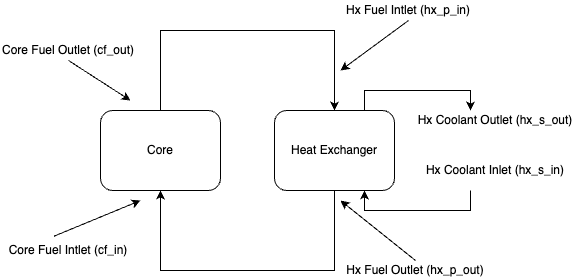
Earlier version of the draw.io export toyModel.drawio.png (LukeLabrie/msrDynamics). Source tidied: cells renumbered, new cells last; positions are measured from the earlier drawing's top-left corner, leaving out a move shared by most shapes. Source of this version:
```xml
<mxGraphModel>
  <root>
    <mxCell id="0" />
    <mxCell id="1" parent="0" />
    <mxCell id="2" value="Core" style="rounded=1;whiteSpace=wrap;html=1;fontSize=12;glass=0;strokeWidth=1;shadow=0;" parent="1" vertex="1">
      <mxGeometry x="100" y="110" width="120" height="80" as="geometry" />
    </mxCell>
    <mxCell id="3" style="endArrow=classic;html=1;rounded=0;exitX=0.5;exitY=0;exitDx=0;exitDy=0;entryX=0.5;entryY=0;entryDx=0;entryDy=0;" parent="1" edge="1" source="2" target="6">
      <mxGeometry relative="1" as="geometry">
        <Array as="points">
          <mxPoint x="160" y="30" />
          <mxPoint x="334" y="30" />
        </Array>
      </mxGeometry>
    </mxCell>
    <object id="4" label="Core Fuel Outlet (cf_out)" name="Variable" placeholders="1">
      <mxCell style="text;html=1;strokeColor=none;fillColor=none;align=center;verticalAlign=middle;whiteSpace=wrap;overflow=hidden;" parent="1" vertex="1">
        <mxGeometry y="40" width="136" height="20" as="geometry" />
      </mxCell>
    </object>
    <mxCell id="5" style="edgeStyle=orthogonalEdgeStyle;rounded=0;jettySize=auto;html=1;exitX=0.75;exitY=0;exitDx=0;exitDy=0;" parent="1" edge="1" source="6">
      <mxGeometry relative="1" as="geometry">
        <mxPoint x="470" y="110" as="targetPoint" />
        <Array as="points">
          <mxPoint x="364" y="90" />
        </Array>
      </mxGeometry>
    </mxCell>
    <mxCell id="6" value="Heat Exchanger" style="rounded=1;whiteSpace=wrap;html=1;fontSize=12;glass=0;strokeWidth=1;shadow=0;" parent="1" vertex="1">
      <mxGeometry x="274" y="110" width="120" height="80" as="geometry" />
    </mxCell>
    <mxCell id="7" style="endArrow=classic;html=1;rounded=0;exitX=0.5;exitY=1;exitDx=0;exitDy=0;" parent="1" edge="1" source="4">
      <mxGeometry relative="1" as="geometry">
        <mxPoint x="130" y="100" as="targetPoint" />
      </mxGeometry>
    </mxCell>
    <object id="8" label="Hx Fuel Intlet (hx_p_in)" name="Variable" placeholders="1">
      <mxCell style="text;html=1;strokeColor=none;fillColor=none;align=center;verticalAlign=middle;whiteSpace=wrap;overflow=hidden;" parent="1" vertex="1">
        <mxGeometry x="340" width="136" height="20" as="geometry" />
      </mxCell>
    </object>
    <mxCell id="9" style="endArrow=classic;html=1;rounded=0;exitX=0.5;exitY=1;exitDx=0;exitDy=0;" parent="1" edge="1" source="8">
      <mxGeometry relative="1" as="geometry">
        <mxPoint x="340" y="70" as="targetPoint" />
      </mxGeometry>
    </mxCell>
    <mxCell id="10" style="endArrow=classic;html=1;rounded=0;exitX=0.5;exitY=1;exitDx=0;exitDy=0;entryX=0.5;entryY=1;entryDx=0;entryDy=0;" parent="1" edge="1" source="6" target="2">
      <mxGeometry relative="1" as="geometry">
        <Array as="points">
          <mxPoint x="334" y="270" />
          <mxPoint x="250" y="270" />
          <mxPoint x="160" y="270" />
        </Array>
      </mxGeometry>
    </mxCell>
    <object id="11" label="Core Fuel Intlet (cf_in)" name="Variable" placeholders="1">
      <mxCell style="text;html=1;strokeColor=none;fillColor=none;align=center;verticalAlign=middle;whiteSpace=wrap;overflow=hidden;" parent="1" vertex="1">
        <mxGeometry y="240" width="136" height="20" as="geometry" />
      </mxCell>
    </object>
    <mxCell id="12" style="endArrow=classic;html=1;rounded=0;exitX=0.393;exitY=-0.214;exitDx=0;exitDy=0;exitPerimeter=0;" parent="1" edge="1" source="11">
      <mxGeometry relative="1" as="geometry">
        <mxPoint x="140" y="200" as="targetPoint" />
      </mxGeometry>
    </mxCell>
    <mxCell id="13" style="endArrow=classic;html=1;rounded=0;exitX=0.5;exitY=0;exitDx=0;exitDy=0;" parent="1" edge="1" source="14">
      <mxGeometry relative="1" as="geometry">
        <mxPoint x="340" y="200" as="targetPoint" />
      </mxGeometry>
    </mxCell>
    <object id="14" label="Hx Fuel Outlet (hx_p_out)" name="Variable" placeholders="1">
      <mxCell style="text;html=1;strokeColor=none;fillColor=none;align=center;verticalAlign=middle;whiteSpace=wrap;overflow=hidden;" parent="1" vertex="1">
        <mxGeometry x="340" y="260" width="150" height="20" as="geometry" />
      </mxCell>
    </object>
    <mxCell id="15" style="endArrow=classic;html=1;rounded=0;entryX=0.75;entryY=1;entryDx=0;entryDy=0;" parent="1" edge="1" target="6">
      <mxGeometry relative="1" as="geometry">
        <mxPoint x="470" y="190" as="sourcePoint" />
        <Array as="points">
          <mxPoint x="470" y="210" />
          <mxPoint x="364" y="210" />
        </Array>
      </mxGeometry>
    </mxCell>
    <object id="16" label="Hx Coolant Outlet (hx_s_out)" name="Variable" placeholders="1">
      <mxCell style="text;html=1;strokeColor=none;fillColor=none;align=center;verticalAlign=middle;whiteSpace=wrap;overflow=hidden;" parent="1" vertex="1">
        <mxGeometry x="410" y="110" width="170" height="20" as="geometry" />
      </mxCell>
    </object>
    <object id="17" label="Hx Coolant Inlet (hx_s_in)" name="Variable" placeholders="1">
      <mxCell style="text;html=1;strokeColor=none;fillColor=none;align=center;verticalAlign=middle;whiteSpace=wrap;overflow=hidden;" parent="1" vertex="1">
        <mxGeometry x="410" y="160" width="170" height="20" as="geometry" />
      </mxCell>
    </object>
  </root>
</mxGraphModel>
```
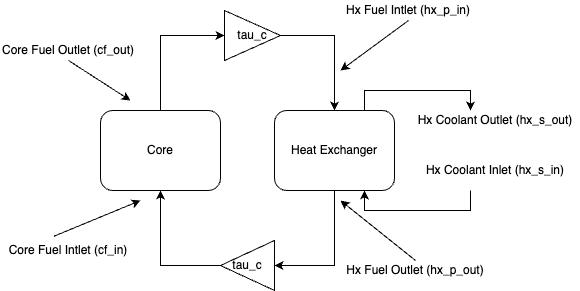
After the commit.

Diff of the diagram source:
```diff
@@ -5,14 +5,6 @@
     <mxCell id="2" value="Core" style="rounded=1;whiteSpace=wrap;html=1;fontSize=12;glass=0;strokeWidth=1;shadow=0;" parent="1" vertex="1">
       <mxGeometry x="100" y="110" width="120" height="80" as="geometry" />
     </mxCell>
-    <mxCell id="3" style="endArrow=classic;html=1;rounded=0;exitX=0.5;exitY=0;exitDx=0;exitDy=0;entryX=0.5;entryY=0;entryDx=0;entryDy=0;" parent="1" edge="1" source="2" target="6">
-      <mxGeometry relative="1" as="geometry">
-        <Array as="points">
-          <mxPoint x="160" y="30" />
-          <mxPoint x="334" y="30" />
-        </Array>
-      </mxGeometry>
-    </mxCell>
     <object id="4" label="Core Fuel Outlet (cf_out)" name="Variable" placeholders="1">
       <mxCell style="text;html=1;strokeColor=none;fillColor=none;align=center;verticalAlign=middle;whiteSpace=wrap;overflow=hidden;" parent="1" vertex="1">
         <mxGeometry y="40" width="136" height="20" as="geometry" />
@@ -44,15 +36,6 @@
         <mxPoint x="340" y="70" as="targetPoint" />
       </mxGeometry>
     </mxCell>
-    <mxCell id="10" style="endArrow=classic;html=1;rounded=0;exitX=0.5;exitY=1;exitDx=0;exitDy=0;entryX=0.5;entryY=1;entryDx=0;entryDy=0;" parent="1" edge="1" source="6" target="2">
-      <mxGeometry relative="1" as="geometry">
-        <Array as="points">
-          <mxPoint x="334" y="270" />
-          <mxPoint x="250" y="270" />
-          <mxPoint x="160" y="270" />
-        </Array>
-      </mxGeometry>
-    </mxCell>
     <object id="11" label="Core Fuel Intlet (cf_in)" name="Variable" placeholders="1">
       <mxCell style="text;html=1;strokeColor=none;fillColor=none;align=center;verticalAlign=middle;whiteSpace=wrap;overflow=hidden;" parent="1" vertex="1">
         <mxGeometry y="240" width="136" height="20" as="geometry" />
@@ -92,5 +75,39 @@
         <mxGeometry x="410" y="160" width="170" height="20" as="geometry" />
       </mxCell>
     </object>
+    <mxCell id="18" value="tau_c" style="triangle;whiteSpace=wrap;html=1;" parent="1" vertex="1">
+      <mxGeometry x="224" y="10" width="56" height="50" as="geometry" />
+    </mxCell>
+    <mxCell id="19" style="endArrow=classic;html=1;rounded=0;exitX=0.5;exitY=0;exitDx=0;exitDy=0;entryX=0;entryY=0.5;entryDx=0;entryDy=0;" parent="1" edge="1" source="2" target="18">
+      <mxGeometry relative="1" as="geometry">
+        <Array as="points">
+          <mxPoint x="160" y="35" />
+        </Array>
+      </mxGeometry>
+    </mxCell>
+    <mxCell id="20" style="endArrow=classic;html=1;rounded=0;exitX=1;exitY=0.5;exitDx=0;exitDy=0;entryX=0.5;entryY=0;entryDx=0;entryDy=0;" parent="1" edge="1" source="18" target="6">
+      <mxGeometry relative="1" as="geometry">
+        <Array as="points">
+          <mxPoint x="334" y="35" />
+        </Array>
+      </mxGeometry>
+    </mxCell>
+    <mxCell id="21" value="tau_c" style="triangle;whiteSpace=wrap;html=1;direction=west;" parent="1" vertex="1">
+      <mxGeometry x="220" y="240" width="54" height="50" as="geometry" />
+    </mxCell>
+    <mxCell id="22" style="endArrow=classic;html=1;rounded=0;exitX=1;exitY=0.5;exitDx=0;exitDy=0;entryX=0.5;entryY=1;entryDx=0;entryDy=0;" parent="1" edge="1" source="21" target="2">
+      <mxGeometry relative="1" as="geometry">
+        <Array as="points">
+          <mxPoint x="160" y="265" />
+        </Array>
+      </mxGeometry>
+    </mxCell>
+    <mxCell id="23" style="endArrow=classic;html=1;rounded=0;exitX=0.5;exitY=1;exitDx=0;exitDy=0;entryX=0;entryY=0.5;entryDx=0;entryDy=0;" parent="1" edge="1" source="6" target="21">
+      <mxGeometry relative="1" as="geometry">
+        <Array as="points">
+          <mxPoint x="334" y="265" />
+        </Array>
+      </mxGeometry>
+    </mxCell>
   </root>
 </mxGraphModel>
```
